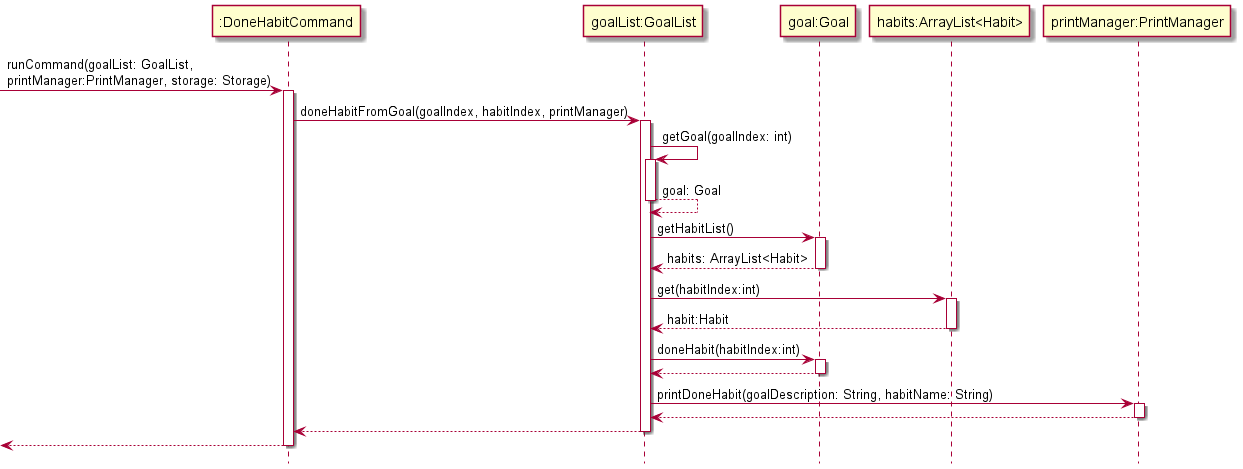
Before: docs/Diagram Images/Implementation Diagram Images/DoneCommandSequenceDiagram.png, a diagram exported from PlantUML (nus-cs2113-AY2122S1/tp).
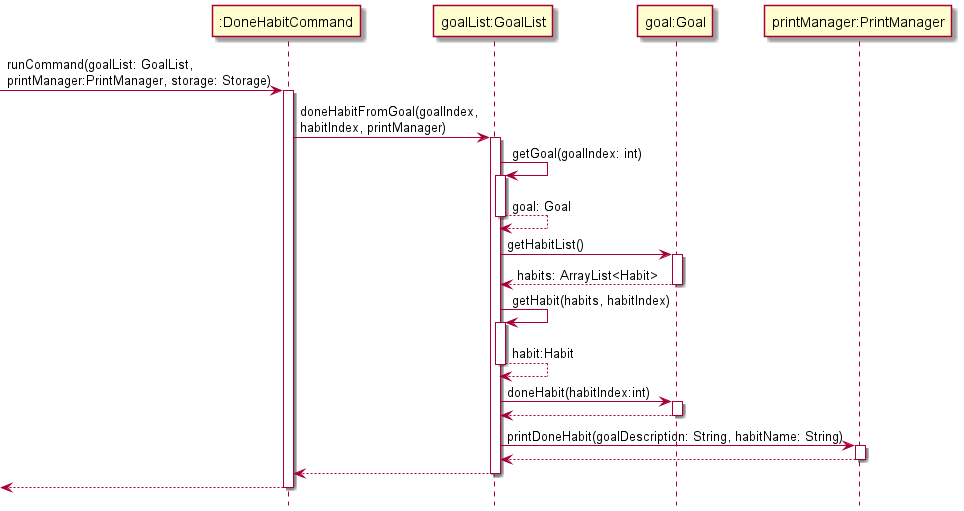
Above is the later version.

Commit message:
List and Done Command Sequence Diagrams + Explanation

Diff of the diagram source:
```diff
@@ -4,7 +4,7 @@
 -> ":DoneHabitCommand": runCommand(goalList: GoalList,\nprintManager:PrintManager, storage: Storage)
 activate ":DoneHabitCommand"
 
-":DoneHabitCommand" -> "goalList:GoalList": doneHabitFromGoal(goalIndex, habitIndex, printManager)
+":DoneHabitCommand" -> "goalList:GoalList": doneHabitFromGoal(goalIndex,\nhabitIndex, printManager)
 activate "goalList:GoalList"
 "goalList:GoalList" -> "goalList:GoalList": getGoal(goalIndex: int)
 activate "goalList:GoalList"
@@ -16,10 +16,11 @@
 "goal:Goal" --> "goalList:GoalList": habits: ArrayList<Habit>
 deactivate "goal:Goal"
 
-"goalList:GoalList" -> "habits:ArrayList<Habit>": get(habitIndex:int)
-activate "habits:ArrayList<Habit>"
-"habits:ArrayList<Habit>" --> "goalList:GoalList": habit:Habit
-deactivate "habits:ArrayList<Habit>"
+"goalList:GoalList" -> "goalList:GoalList": getHabit(habits, habitIndex)
+activate "goalList:GoalList"
+"goalList:GoalList" --> "goalList:GoalList": habit:Habit
+deactivate "goalList:GoalList"
+
 "goalList:GoalList" -> "goal:Goal": doneHabit(habitIndex:int)
 activate "goal:Goal"
 "goal:Goal" --> "goalList:GoalList"
@@ -29,6 +30,7 @@
 activate "printManager:PrintManager"
 "printManager:PrintManager" --> "goalList:GoalList"
 deactivate "printManager:PrintManager"
+
 "goalList:GoalList" --> ":DoneHabitCommand"
 deactivate "goalList:GoalList"
 <-- ":DoneHabitCommand"
```
